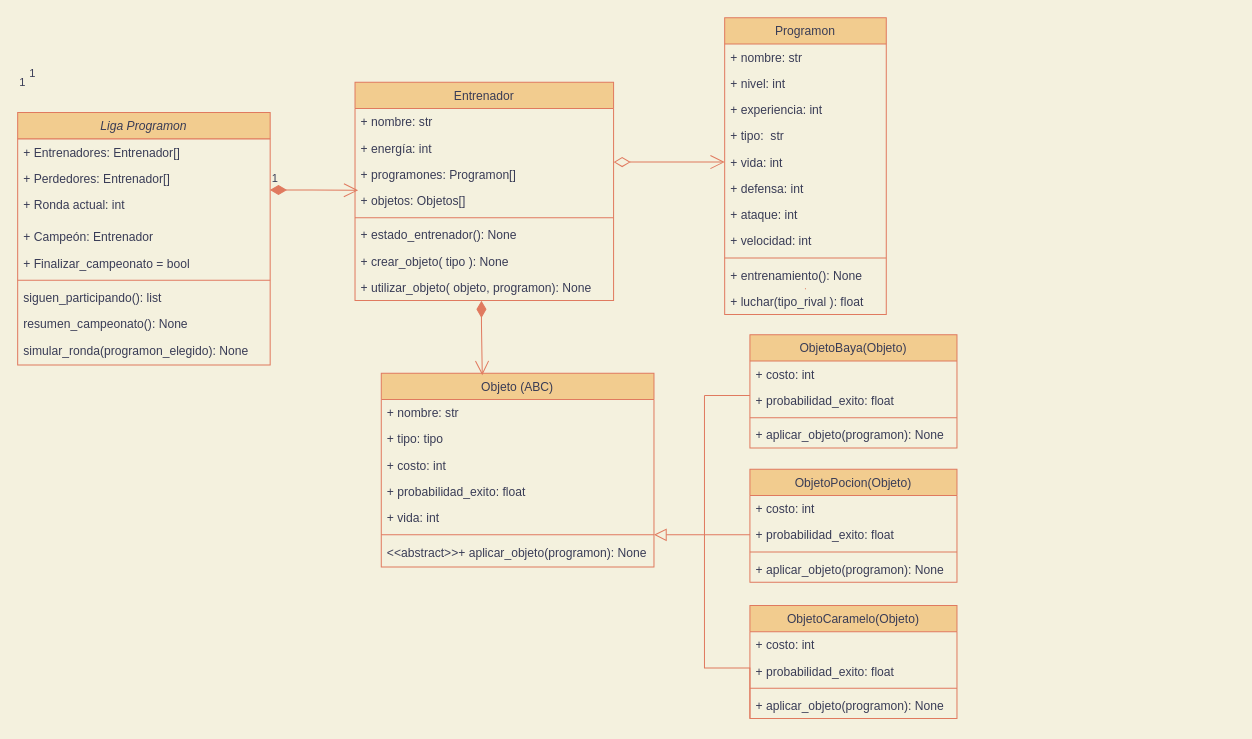
This is Diagrama sin título.drawio from Bjnazar/Bjnazar, a draw.io file, before an edit. Source tidied: cells renumbered, new cells numbered last; positions are measured from the earlier drawing's top-left corner, leaving out a move shared by most shapes. Both pictures are drawn from the tidied source at 101%, with x=0, y=0 at pixel (17, 17).
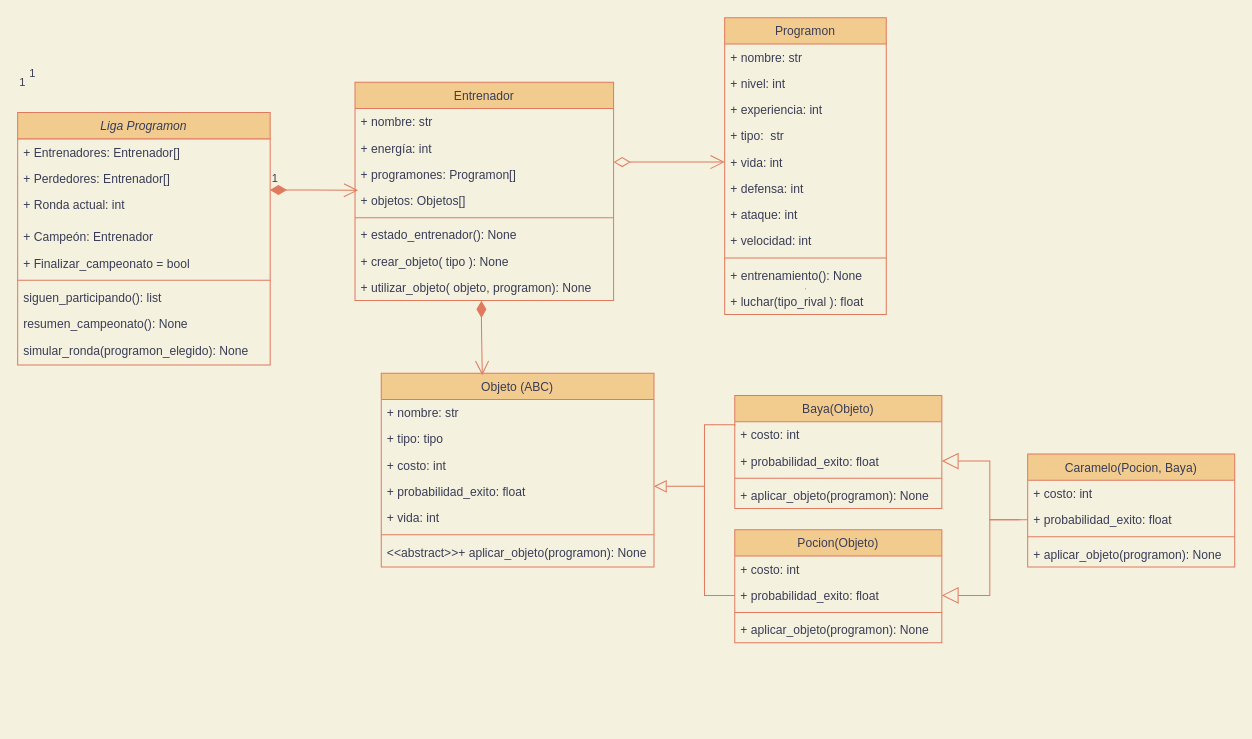
The same page after the edit.

Unchanged cells that the change refers to:
```xml
<mxCell id="39" value="+ vida: int" style="text;align=left;verticalAlign=top;spacingLeft=4;spacingRight=4;overflow=hidden;points=[[0,0.5],[1,0.5]];portConstraint=eastwest;rounded=0;shadow=0;html=0;fontColor=#393C56;" parent="34" vertex="1">
  <mxGeometry y="130" width="270" height="26" as="geometry" />
</mxCell>
<mxCell id="44" value="+ probabilidad_exito: float" style="text;align=left;verticalAlign=top;spacingLeft=4;spacingRight=4;overflow=hidden;points=[[0,0.5],[1,0.5]];portConstraint=eastwest;rounded=0;shadow=0;html=0;fontColor=#393C56;" parent="42" vertex="1">
  <mxGeometry y="52" width="205" height="26" as="geometry" />
</mxCell>
<mxCell id="49" value="+ probabilidad_exito: float" style="text;align=left;verticalAlign=top;spacingLeft=4;spacingRight=4;overflow=hidden;points=[[0,0.5],[1,0.5]];portConstraint=eastwest;rounded=0;shadow=0;html=0;fontColor=#393C56;" parent="47" vertex="1">
  <mxGeometry y="52" width="205" height="26" as="geometry" />
</mxCell>
<mxCell id="54" value="+ probabilidad_exito: float" style="text;align=left;verticalAlign=top;spacingLeft=4;spacingRight=4;overflow=hidden;points=[[0,0.5],[1,0.5]];portConstraint=eastwest;rounded=0;shadow=0;html=0;fontColor=#393C56;" parent="52" vertex="1">
  <mxGeometry y="52" width="205" height="26" as="geometry" />
</mxCell>
```

Change to the diagram source:
```diff
@@
-    <mxCell id="42" value="ObjetoBaya(Objeto)" style="swimlane;fontStyle=0;align=center;verticalAlign=top;horizontal=1;startSize=26;rounded=0;shadow=0;strokeWidth=1;fillColor=#F2CC8F;strokeColor=#E07A5F;fontColor=#393C56;" parent="1" vertex="1">
-      <mxGeometry x="725" y="314" width="205" height="112" as="geometry" />
+    <mxCell id="42" value="Baya(Objeto)" style="swimlane;fontStyle=0;align=center;verticalAlign=top;horizontal=1;startSize=26;rounded=0;shadow=0;strokeWidth=1;fillColor=#F2CC8F;strokeColor=#E07A5F;fontColor=#393C56;" parent="1" vertex="1">
+      <mxGeometry x="710" y="374" width="205" height="112" as="geometry" />
     </mxCell>
@@
-    <mxCell id="47" value="ObjetoPocion(Objeto)" style="swimlane;fontStyle=0;align=center;verticalAlign=top;horizontal=1;startSize=26;rounded=0;shadow=0;strokeWidth=1;fillColor=#F2CC8F;strokeColor=#E07A5F;fontColor=#393C56;" parent="1" vertex="1">
-      <mxGeometry x="725" y="447" width="205" height="112" as="geometry" />
+    <mxCell id="47" value="Pocion(Objeto)" style="swimlane;fontStyle=0;align=center;verticalAlign=top;horizontal=1;startSize=26;rounded=0;shadow=0;strokeWidth=1;fillColor=#F2CC8F;strokeColor=#E07A5F;fontColor=#393C56;" parent="1" vertex="1">
+      <mxGeometry x="710" y="507" width="205" height="112" as="geometry" />
     </mxCell>
@@
-    <mxCell id="52" value="ObjetoCaramelo(Objeto)" style="swimlane;fontStyle=0;align=center;verticalAlign=top;horizontal=1;startSize=26;rounded=0;shadow=0;strokeWidth=1;fillColor=#F2CC8F;strokeColor=#E07A5F;fontColor=#393C56;" parent="1" vertex="1">
-      <mxGeometry x="725" y="582" width="205" height="112" as="geometry" />
+    <mxCell id="52" value="Caramelo(Pocion, Baya)" style="swimlane;fontStyle=0;align=center;verticalAlign=top;horizontal=1;startSize=26;rounded=0;shadow=0;strokeWidth=1;fillColor=#F2CC8F;strokeColor=#E07A5F;fontColor=#393C56;" parent="1" vertex="1">
+      <mxGeometry x="1000" y="432" width="205" height="112" as="geometry" />
     </mxCell>
@@
-    <mxCell id="57" style="endArrow=block;endSize=10;endFill=0;shadow=0;strokeWidth=1;rounded=0;edgeStyle=elbowEdgeStyle;elbow=vertical;startArrow=none;entryX=1;entryY=1.154;entryDx=0;entryDy=0;entryPerimeter=0;labelBackgroundColor=#F4F1DE;strokeColor=#E07A5F;fontColor=#393C56;" parent="1" edge="1" source="49" target="39">
+    <mxCell id="57" style="endArrow=block;endSize=10;endFill=0;shadow=0;strokeWidth=1;rounded=0;edgeStyle=elbowEdgeStyle;elbow=vertical;startArrow=none;labelBackgroundColor=#F4F1DE;strokeColor=#E07A5F;fontColor=#393C56;" parent="1" edge="1">
       <mxGeometry relative="1" as="geometry">
+        <mxPoint x="680" y="554" as="sourcePoint" />
+        <mxPoint x="630" y="464" as="targetPoint" />
         <Array as="points">
+          <mxPoint x="660" y="464" />
+          <mxPoint x="660" y="484" />
+          <mxPoint x="700" y="584" />
           <mxPoint x="580" y="512" />
           <mxPoint x="640" y="561.5" />
           <mxPoint x="610" y="514.5" />
         </Array>
       </mxGeometry>
     </mxCell>
-    <mxCell id="58" style="endArrow=none;endFill=0;html=1;shadow=0;fontFamily=Helvetica;fontSize=11;fontColor=#393C56;align=center;strokeColor=#E07A5F;strokeWidth=1;edgeStyle=orthogonalEdgeStyle;elbow=vertical;startArrow=none;rounded=0;labelBackgroundColor=#F4F1DE;" parent="1" edge="1">
+    <mxCell id="58" style="endArrow=none;endFill=0;html=1;shadow=0;fontFamily=Helvetica;fontSize=11;fontColor=#393C56;align=center;strokeColor=#E07A5F;strokeWidth=1;edgeStyle=orthogonalEdgeStyle;elbow=vertical;startArrow=none;rounded=0;labelBackgroundColor=#F4F1DE;entryX=0;entryY=0.5;entryDx=0;entryDy=0;" parent="1" edge="1" target="49">
       <mxGeometry relative="1" as="geometry">
-        <mxPoint x="680" y="374" as="sourcePoint" />
-        <mxPoint x="725" y="694" as="targetPoint" />
+        <mxPoint x="710" y="404" as="sourcePoint" />
         <Array as="points">
-          <mxPoint x="680" y="644" />
-          <mxPoint x="725" y="644" />
+          <mxPoint x="680" y="403" />
+          <mxPoint x="680" y="572" />
         </Array>
       </mxGeometry>
     </mxCell>
@@
-    <mxCell id="62" style="endArrow=none;html=1;edgeStyle=orthogonalEdgeStyle;rounded=0;labelBackgroundColor=#F4F1DE;strokeColor=#E07A5F;fontColor=#393C56;" parent="1" edge="1">
-      <mxGeometry relative="1" as="geometry">
-        <mxPoint x="680" y="374" as="sourcePoint" />
-        <mxPoint x="725" y="374" as="targetPoint" />
-      </mxGeometry>
-    </mxCell>
+    <mxCell id="63" style="edgeStyle=orthogonalEdgeStyle;rounded=0;jettySize=auto;html=1;exitX=1;exitY=0.5;exitDx=0;exitDy=0;entryX=0;entryY=0.5;entryDx=0;entryDy=0;endArrow=none;startSize=14;endSize=14;sourcePerimeterSpacing=8;targetPerimeterSpacing=8;endFill=0;startArrow=block;startFill=0;labelBackgroundColor=#F4F1DE;strokeColor=#E07A5F;fontColor=#393C56;" parent="1" edge="1" source="44" target="54">
+      <mxGeometry relative="1" as="geometry" />
+    </mxCell>
+    <mxCell id="64" style="edgeStyle=orthogonalEdgeStyle;rounded=0;jettySize=auto;html=1;exitX=1;exitY=0.5;exitDx=0;exitDy=0;startArrow=block;startFill=0;endArrow=none;endFill=0;startSize=14;endSize=14;sourcePerimeterSpacing=8;targetPerimeterSpacing=8;labelBackgroundColor=#F4F1DE;strokeColor=#E07A5F;fontColor=#393C56;" parent="1" edge="1" source="49" target="54">
+      <mxGeometry relative="1" as="geometry" />
+    </mxCell>
```
